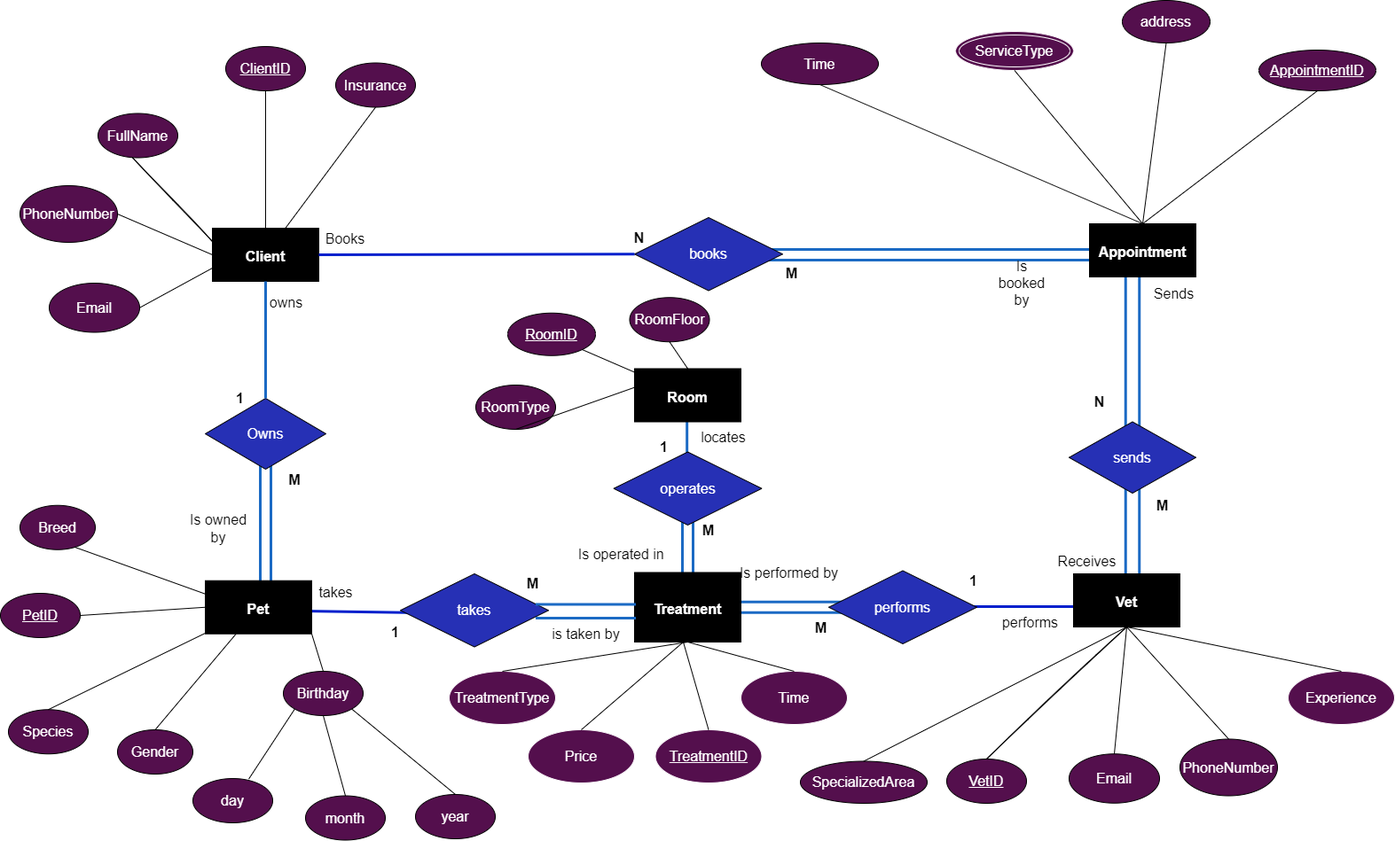
Before: PetClinic.drawio.png, a diagram exported from draw.io (tomztz/SQL-Pet-Clinic). Source tidied: cells renumbered, new cells last; positions are measured from the earlier drawing's top-left corner, leaving out a move shared by most shapes.
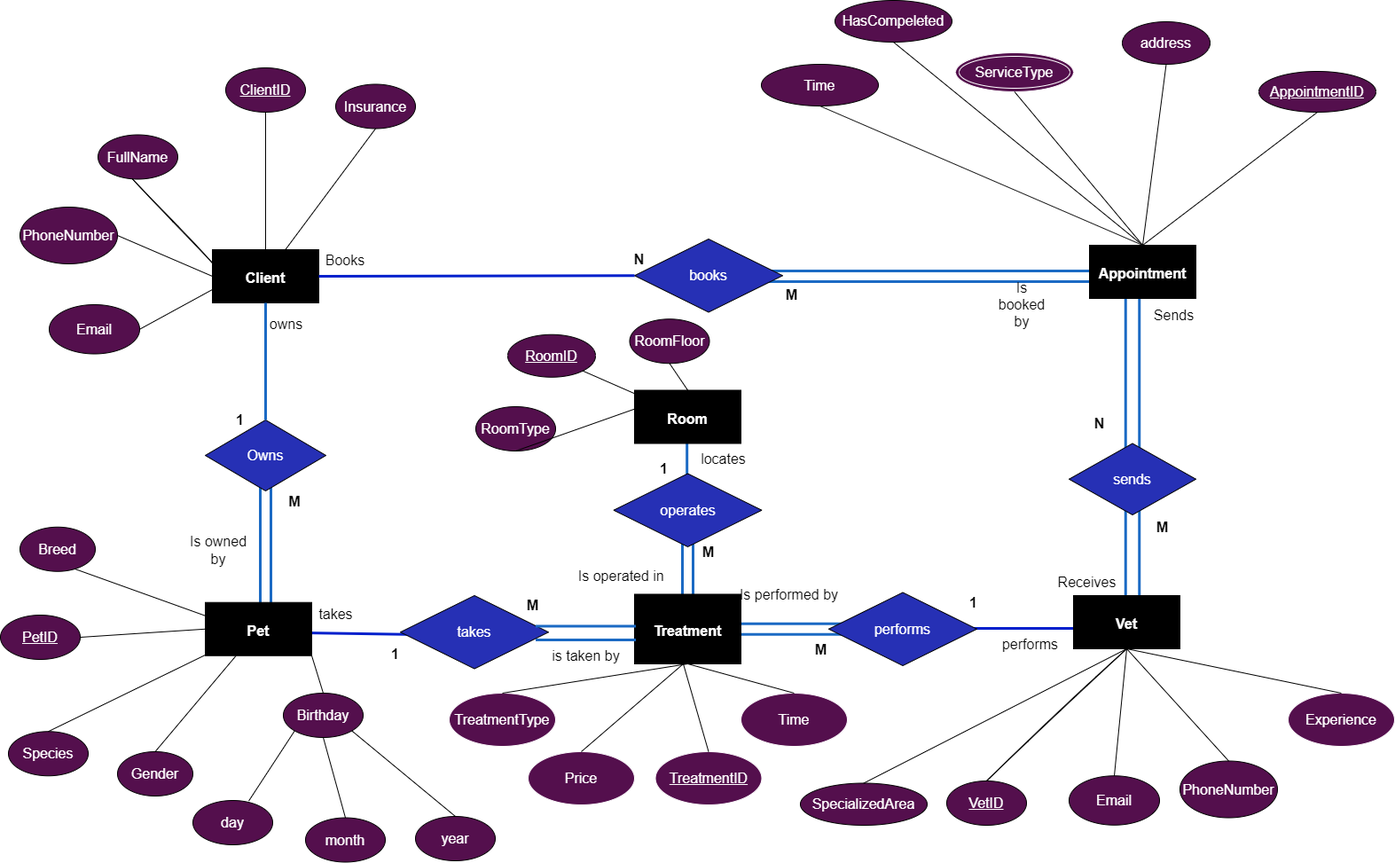
The same file after the commit.

The edit, as a diff of the source:
```diff
@@ -1,4 +1,4 @@
-<mxGraphModel>
+<mxGraphModel background="#FFFFFF">
   <root>
     <mxCell id="0" />
     <mxCell id="1" parent="0" />
@@ -336,5 +336,11 @@
     <mxCell id="108" style="endArrow=none;html=1;rounded=0;shadow=0;sketch=0;fontSize=16;fontColor=#FFFFFF;startSize=6;endSize=6;sourcePerimeterSpacing=0;targetPerimeterSpacing=0;strokeColor=#000000;strokeWidth=1;jumpSize=6;entryX=0.5;entryY=0;entryDx=0;entryDy=0;exitX=0.5;exitY=1;exitDx=0;exitDy=0;" parent="1" edge="1" source="76" target="104">
       <mxGeometry relative="1" as="geometry" />
     </mxCell>
+    <mxCell id="109" value="HasCompeleted" style="ellipse;whiteSpace=wrap;html=1;fontSize=16;fontColor=#FFFFFF;fillColor=#540F4D;" parent="1" vertex="1">
+      <mxGeometry x="941" y="-24" width="132" height="47" as="geometry" />
+    </mxCell>
+    <mxCell id="110" style="endArrow=none;html=1;rounded=0;entryX=0.5;entryY=1;entryDx=0;entryDy=0;exitX=0.5;exitY=0;exitDx=0;exitDy=0;" parent="1" edge="1" source="13" target="109">
+      <mxGeometry relative="1" as="geometry" />
+    </mxCell>
   </root>
 </mxGraphModel>
```
